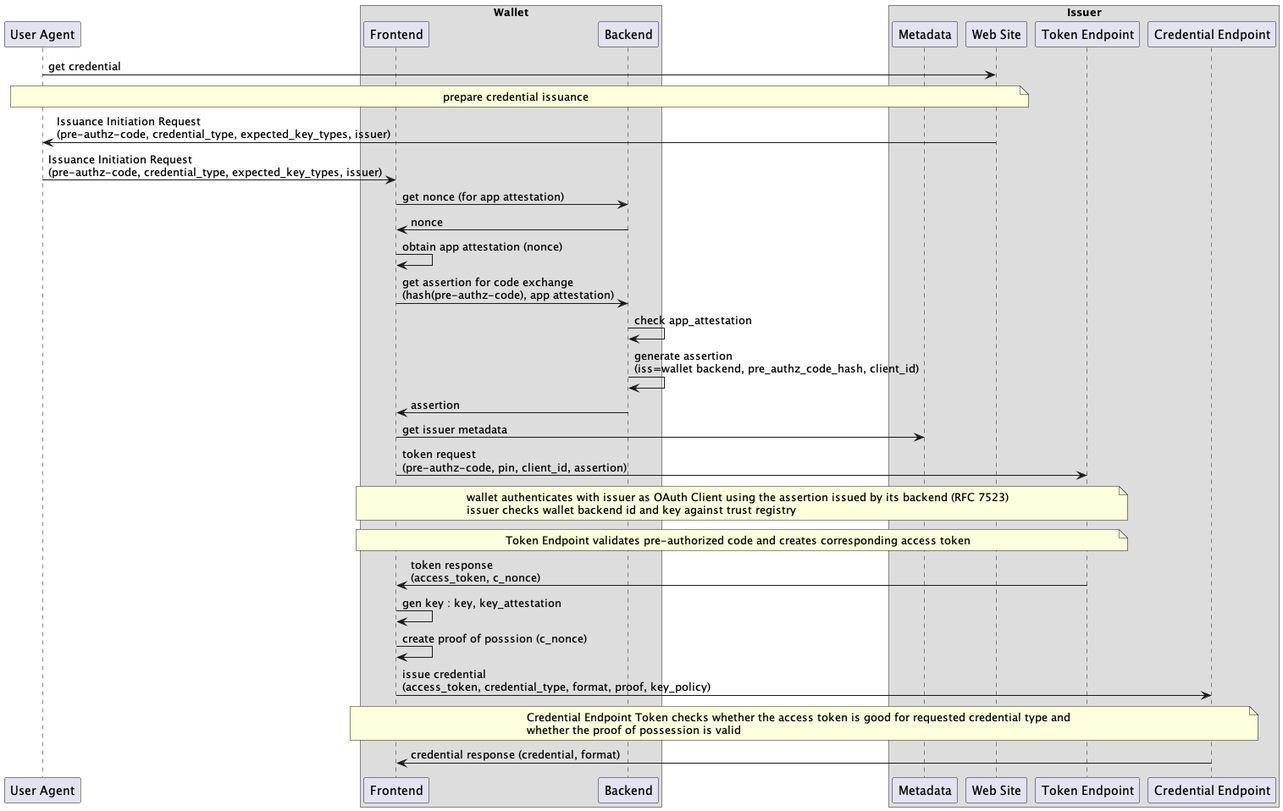
Above: diagrams/attestation_native_app_issuer_initiated_client_assertion.png in openid/OpenID4VCI (PlantUML), before the change.
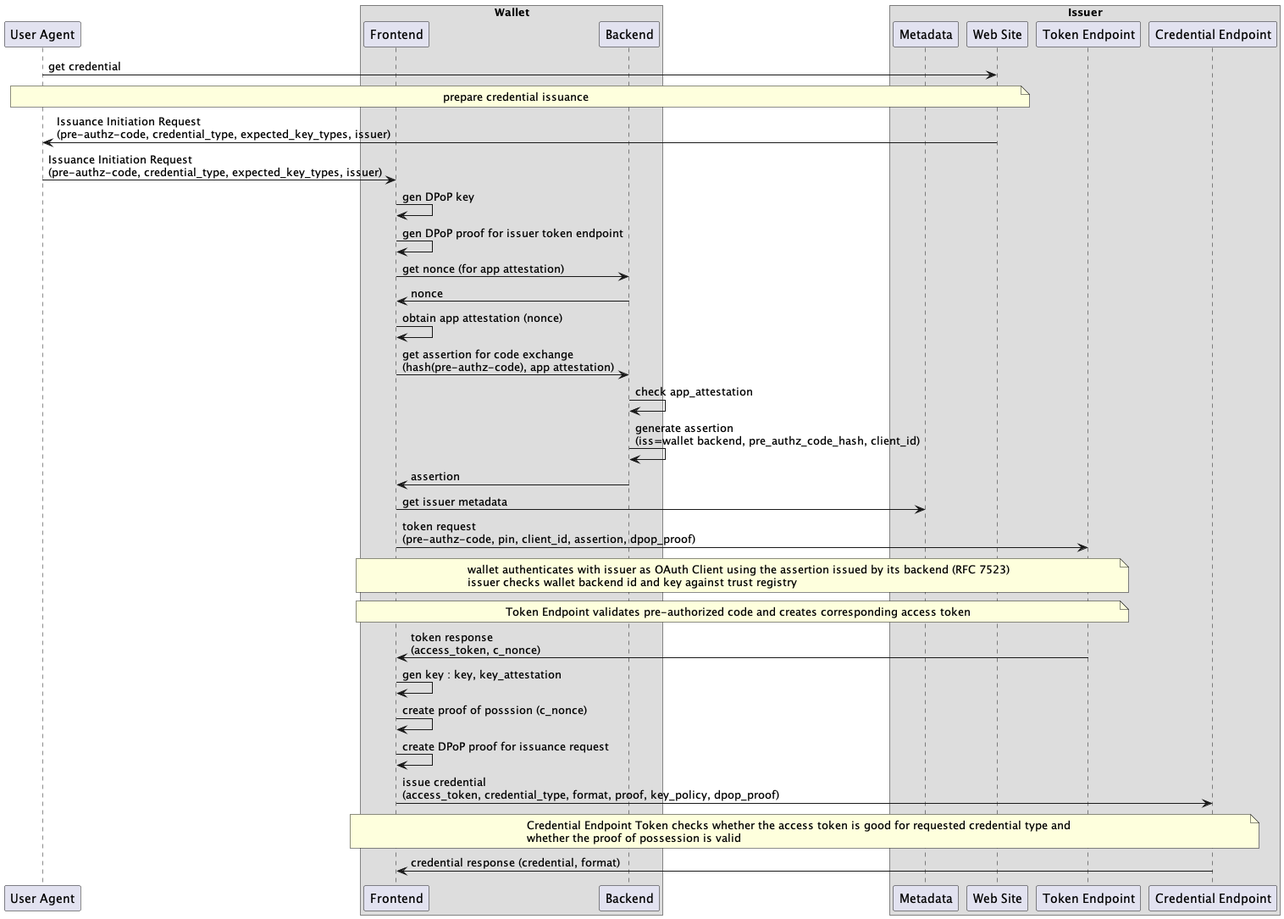
After the change.

Commit message:
added PAR and DPoP/mTLS to all options

What changed in the source:
```diff
@@ -15,6 +15,8 @@
 note over u, s: prepare credential issuance
 s -> u : Issuance Initiation Request \n(pre-authz-code, credential_type, expected_key_types, issuer)
 u -> w : Issuance Initiation Request \n(pre-authz-code, credential_type, expected_key_types, issuer)
+w -> w : gen DPoP key
+w -> w : gen DPoP proof for issuer token endpoint
 w -> b : get nonce (for app attestation)
 b -> w : nonce
 w -> w : obtain app attestation (nonce)
@@ -23,13 +25,14 @@
 b -> b : generate assertion \n(iss=wallet backend, pre_authz_code_hash, client_id)
 b -> w : assertion
 w -> m : get issuer metadata
-w -> t : token request \n(pre-authz-code, pin, client_id, assertion)
+w -> t : token request \n(pre-authz-code, pin, client_id, assertion, dpop_proof)
 note over w, t: wallet authenticates with issuer as OAuth Client using the assertion issued by its backend (RFC 7523)\nissuer checks wallet backend id and key against trust registry
 note over w, t: Token Endpoint validates pre-authorized code and creates corresponding access token
 t -> w : token response \n(access_token, c_nonce)
 w -> w : gen key : key, key_attestation
 w -> w : create proof of posssion (c_nonce)
-w -> c : issue credential \n(access_token, credential_type, format, proof, key_policy)
+w  -> w : create DPoP proof for issuance request
+w -> c : issue credential \n(access_token, credential_type, format, proof, key_policy, dpop_proof)
 note over w, c: Credential Endpoint Token checks whether the access token is good for requested credential type and \nwhether the proof of possession is valid
 c -> w : credential response (credential, format)
 @enduml
```
